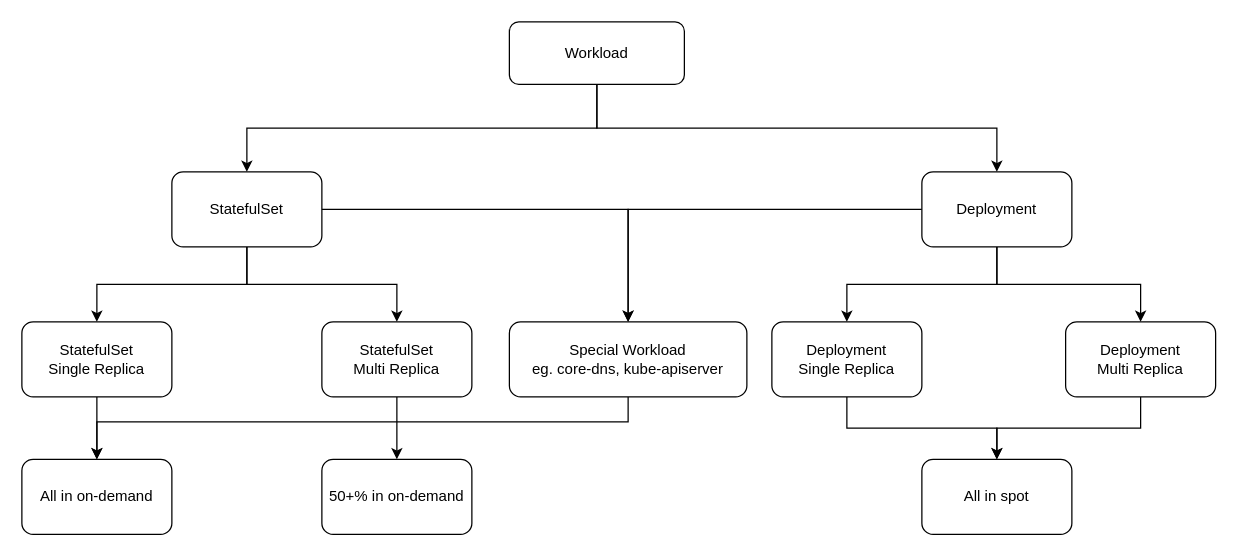
This is 101_distributed_scheduling/result/statics/default-workload-schedule-replica.drawio from Vacant2333/interview_answers, a draw.io file, before an edit. Source tidied: cells renumbered, new cells numbered last; positions are measured from the earlier drawing's top-left corner, leaving out a move shared by most shapes. Both pictures are drawn from the tidied source at 125%, with x=0, y=0 at pixel (21, 21).
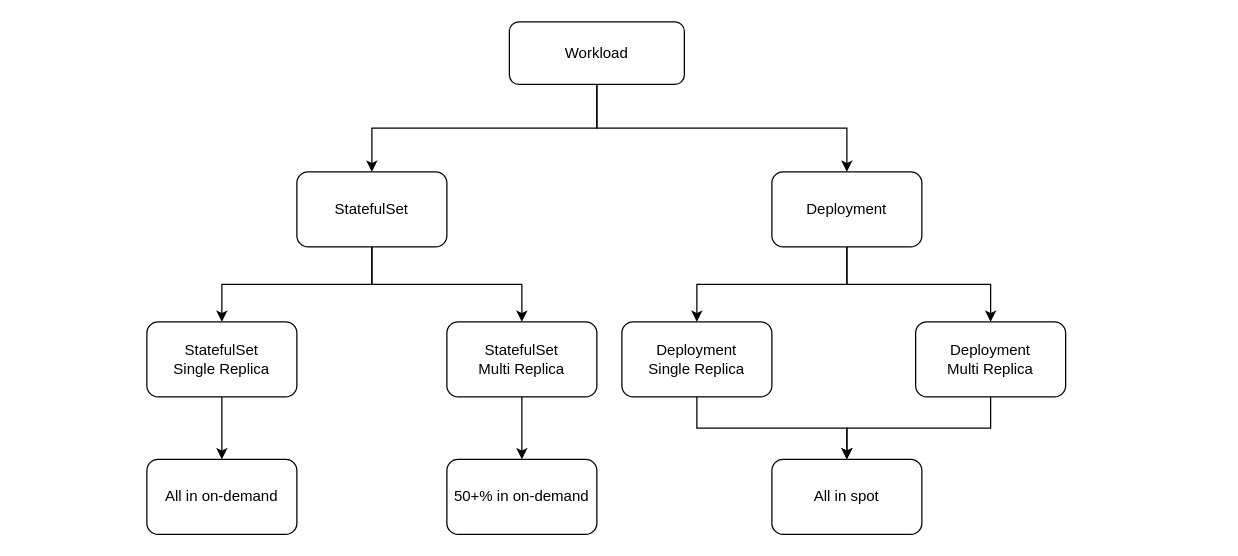
The same page after the edit.

The edit, as a diff of the source:
```diff
@@
-    <mxCell id="7" style="edgeStyle=orthogonalEdgeStyle;rounded=0;jettySize=auto;html=1;entryX=0.5;entryY=0;entryDx=0;entryDy=0;" parent="1" edge="1" target="25">
-      <mxGeometry relative="1" as="geometry">
-        <mxPoint x="190" y="120" as="sourcePoint" />
-        <Array as="points">
-          <mxPoint x="190" y="150" />
-          <mxPoint x="485" y="150" />
-        </Array>
-      </mxGeometry>
-    </mxCell>
     <mxCell id="8" value="StatefulSet" style="rounded=1;whiteSpace=wrap;html=1;" parent="1" vertex="1">
-      <mxGeometry x="120" y="120" width="120" height="60" as="geometry" />
+      <mxGeometry x="220" y="120" width="120" height="60" as="geometry" />
     </mxCell>
@@
-    <mxCell id="11" style="edgeStyle=orthogonalEdgeStyle;rounded=0;jettySize=auto;html=1;entryX=0.5;entryY=0;entryDx=0;entryDy=0;" parent="1" edge="1" source="12" target="25">
-      <mxGeometry relative="1" as="geometry">
-        <Array as="points">
-          <mxPoint x="485" y="150" />
-        </Array>
-      </mxGeometry>
-    </mxCell>
     <mxCell id="12" value="Deployment" style="rounded=1;whiteSpace=wrap;html=1;" parent="1" vertex="1">
-      <mxGeometry x="720" y="120" width="120" height="60" as="geometry" />
+      <mxGeometry x="600" y="120" width="120" height="60" as="geometry" />
     </mxCell>
     <mxCell id="13" style="edgeStyle=orthogonalEdgeStyle;rounded=0;jettySize=auto;html=1;entryX=0.5;entryY=0;entryDx=0;entryDy=0;" parent="1" edge="1" source="14" target="21">
       <mxGeometry relative="1" as="geometry">
         <Array as="points">
-          <mxPoint x="60" y="350" />
-          <mxPoint x="60" y="350" />
+          <mxPoint x="160" y="350" />
+          <mxPoint x="160" y="350" />
         </Array>
       </mxGeometry>
     </mxCell>
     <mxCell id="14" value="StatefulSet&lt;br&gt;Single Replica" style="rounded=1;whiteSpace=wrap;html=1;" parent="1" vertex="1">
-      <mxGeometry y="240" width="120" height="60" as="geometry" />
+      <mxGeometry x="100" y="240" width="120" height="60" as="geometry" />
     </mxCell>
@@
     <mxCell id="16" value="StatefulSet&lt;br&gt;Multi Replica" style="rounded=1;whiteSpace=wrap;html=1;" parent="1" vertex="1">
-      <mxGeometry x="240" y="240" width="120" height="60" as="geometry" />
+      <mxGeometry x="340" y="240" width="120" height="60" as="geometry" />
     </mxCell>
@@
     <mxCell id="18" value="Deployment&lt;br&gt;Single Replica" style="rounded=1;whiteSpace=wrap;html=1;" parent="1" vertex="1">
-      <mxGeometry x="600" y="240" width="120" height="60" as="geometry" />
+      <mxGeometry x="480" y="240" width="120" height="60" as="geometry" />
     </mxCell>
@@
     <mxCell id="20" value="Deployment&lt;br&gt;Multi Replica" style="rounded=1;whiteSpace=wrap;html=1;" parent="1" vertex="1">
-      <mxGeometry x="835" y="240" width="120" height="60" as="geometry" />
+      <mxGeometry x="715" y="240" width="120" height="60" as="geometry" />
     </mxCell>
     <mxCell id="21" value="All in on-demand" style="rounded=1;whiteSpace=wrap;html=1;" parent="1" vertex="1">
-      <mxGeometry y="350" width="120" height="60" as="geometry" />
+      <mxGeometry x="100" y="350" width="120" height="60" as="geometry" />
     </mxCell>
     <mxCell id="22" value="50+% in on-demand" style="rounded=1;whiteSpace=wrap;html=1;" parent="1" vertex="1">
-      <mxGeometry x="240" y="350" width="120" height="60" as="geometry" />
+      <mxGeometry x="340" y="350" width="120" height="60" as="geometry" />
     </mxCell>
     <mxCell id="23" value="All in spot" style="rounded=1;whiteSpace=wrap;html=1;" parent="1" vertex="1">
-      <mxGeometry x="720" y="350" width="120" height="60" as="geometry" />
+      <mxGeometry x="600" y="350" width="120" height="60" as="geometry" />
     </mxCell>
-    <mxCell id="24" style="edgeStyle=orthogonalEdgeStyle;rounded=0;jettySize=auto;html=1;entryX=0.5;entryY=0;entryDx=0;entryDy=0;" parent="1" edge="1" source="25" target="21">
-      <mxGeometry relative="1" as="geometry">
-        <Array as="points">
-          <mxPoint x="485" y="320" />
-          <mxPoint x="60" y="320" />
-        </Array>
-      </mxGeometry>
-    </mxCell>
-    <mxCell id="25" value="Special&amp;nbsp;Workload&lt;br&gt;eg.&amp;nbsp;core-dns,&amp;nbsp;kube-apiserver" style="rounded=1;whiteSpace=wrap;html=1;" parent="1" vertex="1">
-      <mxGeometry x="390" y="240" width="190" height="60" as="geometry" />
-    </mxCell>
```
